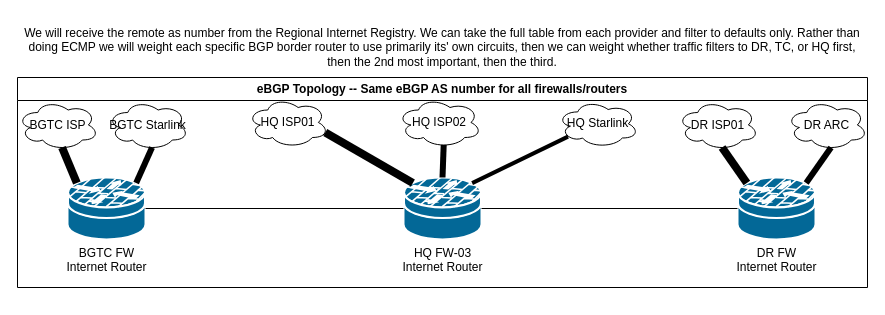
Before: page "BGP Topo" (2 of 2) of Future_Network.drawio in adamrt918/Diagram, a draw.io diagram. Source tidied: cells renumbered, new cells numbered last; positions are measured from the earlier drawing's top-left corner, leaving out a move shared by most shapes. Both pictures are drawn from the tidied source at 100%, with x=0, y=0 at pixel (17, 17).
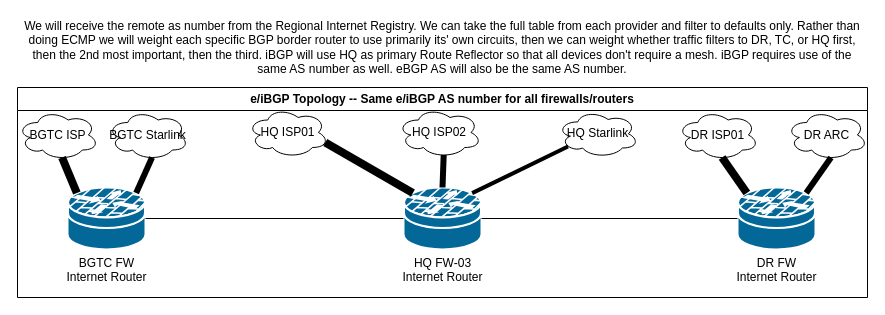
The same page after the edit.

Diff of the diagram source:
```diff
@@
-    <mxCell id="2" value="eBGP Topology -- Same eBGP AS number for all firewalls/routers" style="swimlane;whiteSpace=wrap;html=1;" parent="1" vertex="1">
-      <mxGeometry y="60" width="850" height="210" as="geometry" />
+    <mxCell id="2" value="e/iBGP Topology -- Same e/iBGP AS number for all firewalls/routers" style="swimlane;whiteSpace=wrap;html=1;" parent="1" vertex="1">
+      <mxGeometry y="70" width="850" height="210" as="geometry" />
     </mxCell>
@@
-    <mxCell id="22" value="We will receive the remote as number from the Regional Internet Registry. We can take the full table from each provider and filter to defaults only. Rather than doing ECMP we will weight each specific BGP border router to use primarily its' own circuits, then we can weight whether traffic filters to DR, TC, or HQ first, then the 2nd most important, then the third." style="text;html=1;align=center;verticalAlign=middle;whiteSpace=wrap;rounded=0;" parent="1" vertex="1">
+    <mxCell id="22" value="We will receive the remote as number from the Regional Internet Registry. We can take the full table from each provider and filter to defaults only. Rather than doing ECMP we will weight each specific BGP border router to use primarily its' own circuits, then we can weight whether traffic filters to DR, TC, or HQ first, then the 2nd most important, then the third. iBGP will use HQ as primary Route Reflector so that all devices don't require a mesh. iBGP requires use of the same AS number as well. eBGP AS will also be the same AS number." style="text;html=1;align=center;verticalAlign=middle;whiteSpace=wrap;rounded=0;" parent="1" vertex="1">
       <mxGeometry width="850" height="60" as="geometry" />
     </mxCell>
```
